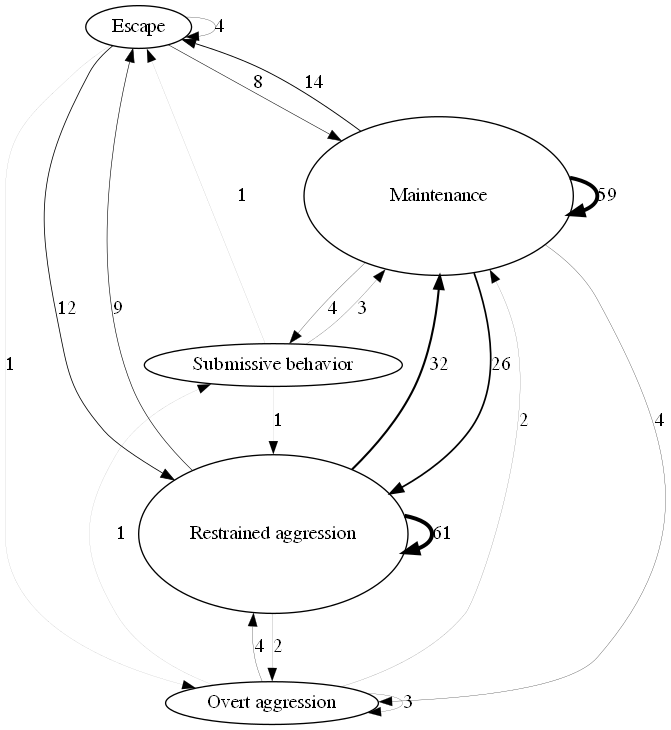
This is images/transitions.gv.png from nicolkraus/AnalyzeBehavior, a Graphviz export, as it was before one commit. Its source is kept beside it as images/transitions.gv.
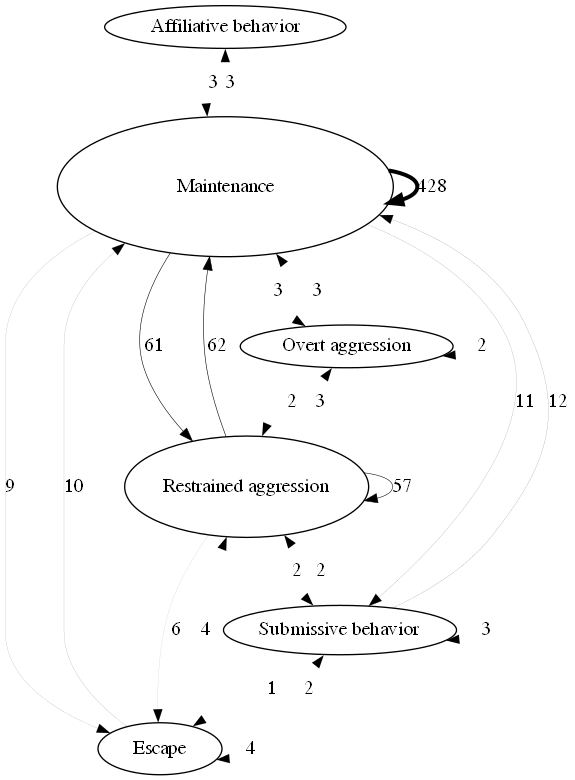
After the change.

What changed in the source:
```diff
@@ -1,27 +1,31 @@
 digraph  {
-Escape [height="0.44343891402714924", width="0.7538461538461537"];
-Maintenance [height="1.6470588235294117", width="2.8"];
-"Overt aggression" [height="0.1583710407239819", width="0.2692307692307692"];
-"Restrained aggression" [height="1.6470588235294117", width="2.8"];
-"Submissive behavior" [height="0.07918552036199095", width="0.1346153846153846"];
-Escape -> Escape  [label=4, penwidth="0.19672131147540983"];
-Escape -> Maintenance  [label=8, penwidth="0.39344262295081966"];
-Escape -> "Overt aggression"  [label=1, penwidth="0.04918032786885246"];
-Escape -> "Restrained aggression"  [label=12, penwidth="0.5901639344262295"];
-Maintenance -> Escape  [label=14, penwidth="0.6885245901639344"];
-Maintenance -> Maintenance  [label=59, penwidth="2.901639344262295"];
-Maintenance -> "Overt aggression"  [label=4, penwidth="0.19672131147540983"];
-Maintenance -> "Restrained aggression"  [label=26, penwidth="1.2786885245901638"];
-Maintenance -> "Submissive behavior"  [label=4, penwidth="0.19672131147540983"];
-"Overt aggression" -> Maintenance  [label=2, penwidth="0.09836065573770492"];
-"Overt aggression" -> "Overt aggression"  [label=3, penwidth="0.14754098360655737"];
-"Overt aggression" -> "Restrained aggression"  [label=4, penwidth="0.19672131147540983"];
-"Overt aggression" -> "Submissive behavior"  [label=1, penwidth="0.04918032786885246"];
-"Restrained aggression" -> Escape  [label=9, penwidth="0.4426229508196721"];
-"Restrained aggression" -> Maintenance  [label=32, penwidth="1.5737704918032787"];
-"Restrained aggression" -> "Overt aggression"  [label=2, penwidth="0.09836065573770492"];
-"Restrained aggression" -> "Restrained aggression"  [label=61, penwidth="3.0"];
-"Submissive behavior" -> Escape  [label=1, penwidth="0.04918032786885246"];
-"Submissive behavior" -> Maintenance  [label=3, penwidth="0.14754098360655737"];
-"Submissive behavior" -> "Restrained aggression"  [label=1, penwidth="0.04918032786885246"];
+"Affiliative behavior" [height="0.0", width="0.0"];
+Maintenance [height="1.4583333333333335", width="3.5"];
+Escape [height="0.5370682159685716", width="1.2889637183245717"];
+"Restrained aggression" [height="1.0581215578160343", width="2.5394917387584823"];
+"Submissive behavior" [height="0.5072410122973807", width="1.2173784295137138"];
+"Overt aggression" [height="0.27766942590954874", width="0.6664066221829169"];
+"Affiliative behavior" -> Maintenance  [label=3, penwidth="0.02102803738317757"];
+Maintenance -> "Affiliative behavior"  [label=3, penwidth="0.02102803738317757"];
+Maintenance -> Escape  [label=9, penwidth="0.0630841121495327"];
+Maintenance -> Maintenance  [label=428, penwidth="3.0"];
+Maintenance -> "Overt aggression"  [label=3, penwidth="0.02102803738317757"];
+Maintenance -> "Restrained aggression"  [label=61, penwidth="0.4275700934579439"];
+Maintenance -> "Submissive behavior"  [label=11, penwidth="0.07710280373831775"];
+Escape -> Escape  [label=4, penwidth="0.02803738317757009"];
+Escape -> Maintenance  [label=10, penwidth="0.07009345794392523"];
+Escape -> "Restrained aggression"  [label=4, penwidth="0.02803738317757009"];
+Escape -> "Submissive behavior"  [label=2, penwidth="0.014018691588785045"];
+"Restrained aggression" -> Escape  [label=6, penwidth="0.04205607476635514"];
+"Restrained aggression" -> Maintenance  [label=62, penwidth="0.43457943925233644"];
+"Restrained aggression" -> "Overt aggression"  [label=3, penwidth="0.02102803738317757"];
+"Restrained aggression" -> "Restrained aggression"  [label=57, penwidth="0.3995327102803738"];
+"Restrained aggression" -> "Submissive behavior"  [label=2, penwidth="0.014018691588785045"];
+"Submissive behavior" -> Escape  [label=1, penwidth="0.007009345794392522"];
+"Submissive behavior" -> Maintenance  [label=12, penwidth="0.08411214953271028"];
+"Submissive behavior" -> "Restrained aggression"  [label=2, penwidth="0.014018691588785045"];
+"Submissive behavior" -> "Submissive behavior"  [label=3, penwidth="0.02102803738317757"];
+"Overt aggression" -> Maintenance  [label=3, penwidth="0.02102803738317757"];
+"Overt aggression" -> "Overt aggression"  [label=2, penwidth="0.014018691588785045"];
+"Overt aggression" -> "Restrained aggression"  [label=2, penwidth="0.014018691588785045"];
 }
```
